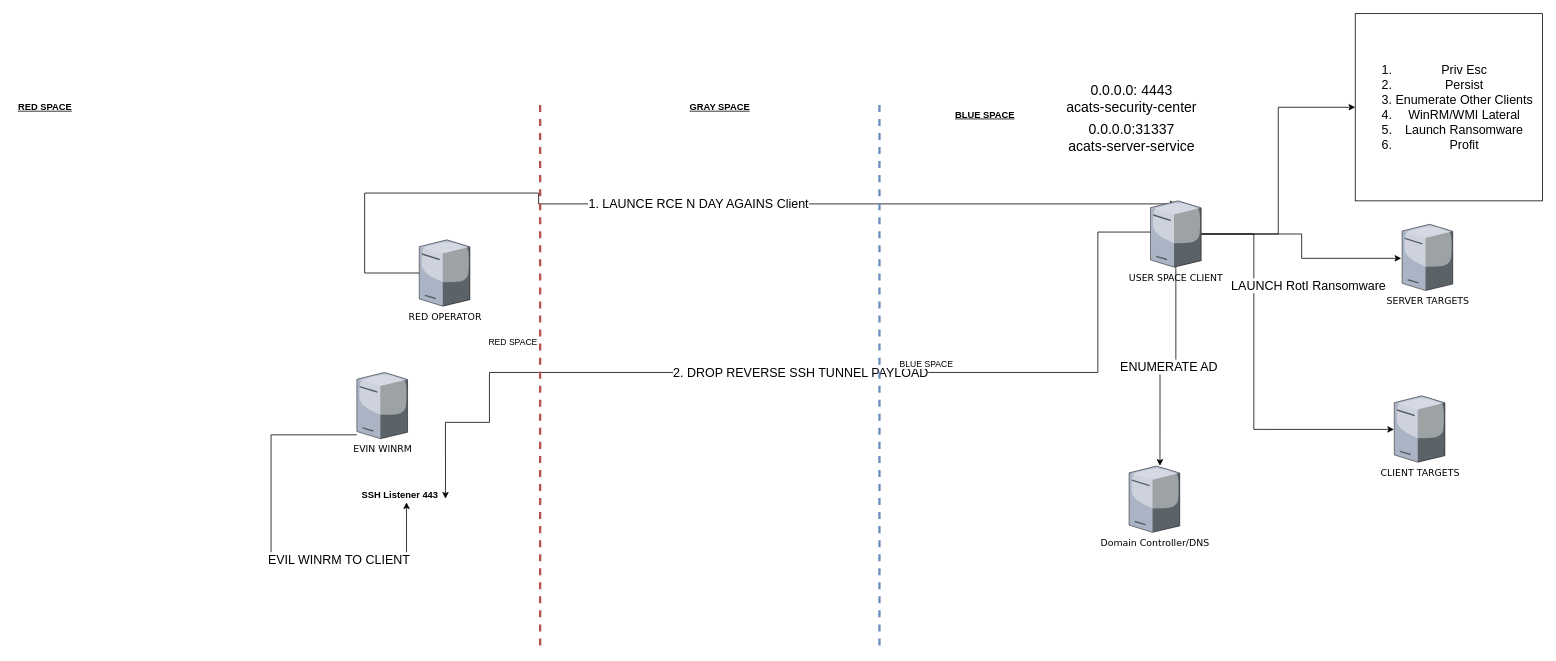
arosenmund/attack-diagrams keeps this draw.io diagram as Cronos Primo.drawio. Above is the earlier version. Source tidied: cells renumbered, new cells numbered last; positions are measured from the earlier drawing's top-left corner, leaving out a move shared by most shapes. Both pictures are drawn from the tidied source at 78%, with x=0, y=0 at pixel (13, 13).
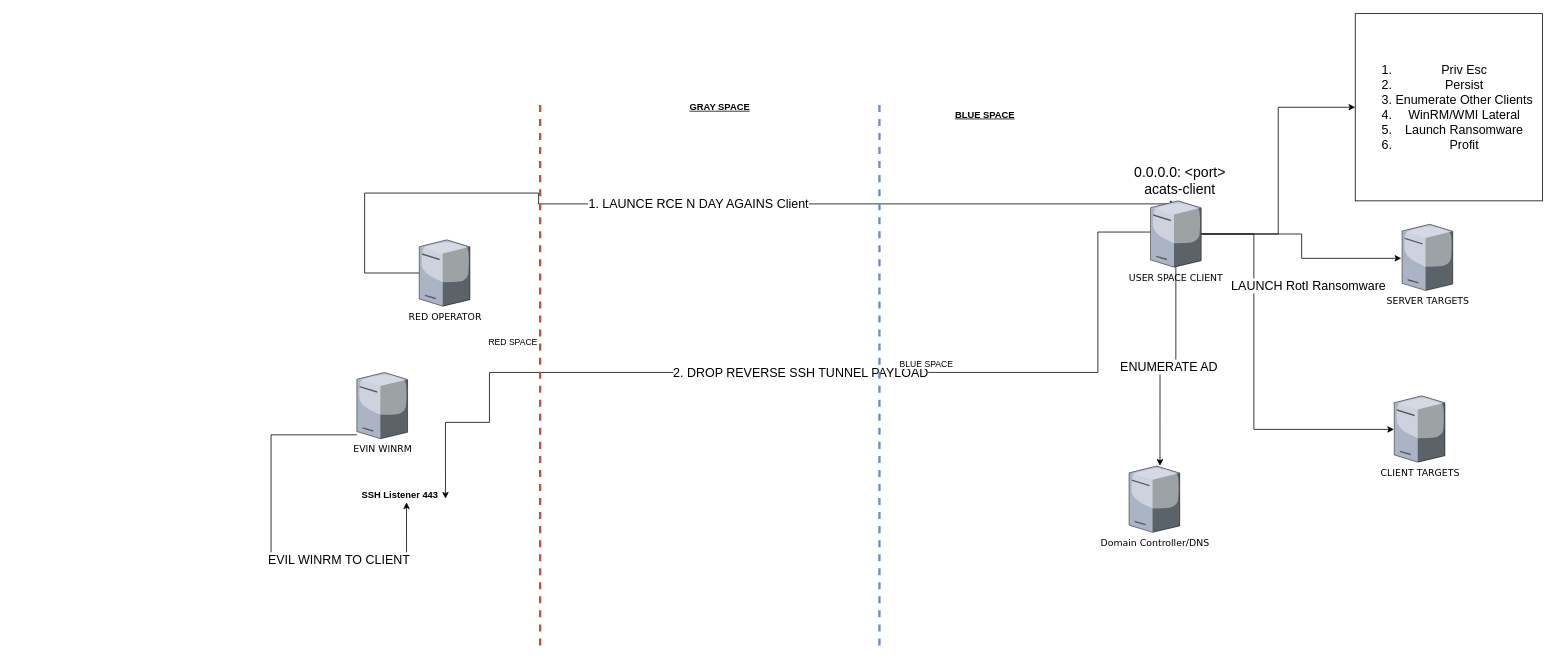
The same page after the edit.

The edit, as a diff of the source:
```diff
@@
-    <mxCell id="15" value="0.0.0.0: 4443&lt;br&gt;acats-security-center" style="text;html=1;align=center;verticalAlign=middle;strokeColor=none;fillColor=none;fontSize=18;" parent="1" vertex="1">
-      <mxGeometry x="1342.5" y="85" width="180" height="50" as="geometry" />
+    <mxCell id="15" value="0.0.0.0: &amp;lt;port&amp;gt;&lt;br&gt;acats-client" style="text;html=1;align=center;verticalAlign=middle;strokeColor=none;fillColor=none;fontSize=18;" parent="1" vertex="1">
+      <mxGeometry x="1430" y="190" width="130" height="50" as="geometry" />
     </mxCell>
-    <mxCell id="16" value="0.0.0.0:31337&lt;br&gt;acats-server-service" style="text;html=1;align=center;verticalAlign=middle;strokeColor=none;fillColor=none;fontSize=18;" parent="1" vertex="1">
-      <mxGeometry x="1342.5" y="135" width="180" height="50" as="geometry" />
-    </mxCell>
@@
-    <mxCell id="21" value="&lt;b&gt;&lt;u&gt;RED SPACE&lt;/u&gt;&lt;/b&gt;" style="text;html=1;align=center;verticalAlign=middle;strokeColor=none;fillColor=none;" parent="1" vertex="1">
-      <mxGeometry y="110" width="80" height="20" as="geometry" />
-    </mxCell>
```
